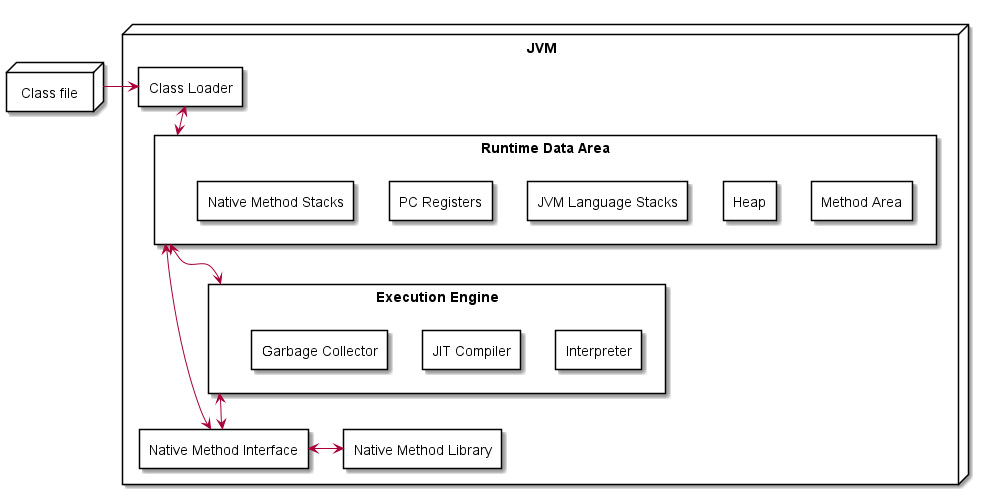
Before: img/java/concept_jvm_4.png, a diagram exported from PlantUML (windowforsun/blog). The source it was exported from:
```plantuml
@startuml

package "Class file" <<Node>> {
}

package JVM <<Node>> {
	package "Class Loader" <<Rectangle>> {
	}

	package "Runtime Data Area" <<Rectangle>> {
		package "Method Area" <<Rectangle>> {
		}
		package "Heap" <<Rectangle>> {
		}
		package "JVM Language Stacks" <<Rectangle>> {
		}
		package "PC Registers" <<Rectangle>> {
		}
		package "Native Method Stacks" <<Rectangle>> {
		}
	}

	package "Execution Engine" <<Rectangle>> {
		package "Interpreter" <<Rectangle>> {
		}
		package "JIT Compiler" <<Rectangle>> {
		}
		package "Garbage Collector" <<Rectangle>> {
		}
	}

	package "Native Method Interface" <<Rectangle>> {
	}

	package "Native Method Library" <<Rectangle>> {
	}
}


"Class file" -right-> "Class Loader"

"Class Loader" <--> "Runtime Data Area"

"Runtime Data Area" <--> "Execution Engine"

"Runtime Data Area" <--> "Native Method Interface"

"Execution Engine" <--> "Native Method Interface"

"Native Method Interface" <-right-> "Native Method Library"





@enduml
```
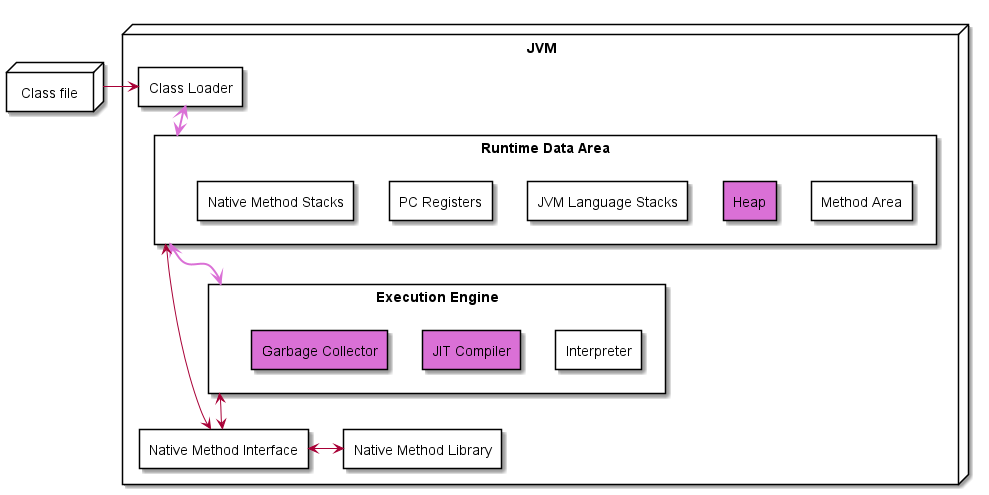
The same diagram one commit later.

Commit message:
garbage collection 작성중

What changed in the source:
```diff
@@ -1,5 +1,4 @@
 @startuml
-
 package "Class file" <<Node>> {
 }
 
@@ -10,7 +9,7 @@
 	package "Runtime Data Area" <<Rectangle>> {
 		package "Method Area" <<Rectangle>> {
 		}
-		package "Heap" <<Rectangle>> {
+		package "Heap" <<Rectangle>> #Orchid {
 		}
 		package "JVM Language Stacks" <<Rectangle>> {
 		}
@@ -23,9 +22,9 @@
 	package "Execution Engine" <<Rectangle>> {
 		package "Interpreter" <<Rectangle>> {
 		}
-		package "JIT Compiler" <<Rectangle>> {
+		package "JIT Compiler" <<Rectangle>> #Orchid {
 		}
-		package "Garbage Collector" <<Rectangle>> {
+		package "Garbage Collector" <<Rectangle>> #Orchid {
 		}
 	}
 
@@ -39,9 +38,9 @@
 
 "Class file" -right-> "Class Loader"
 
-"Class Loader" <--> "Runtime Data Area"
+"Class Loader" <-[thickness=2]-> "Runtime Data Area" #Orchid
 
-"Runtime Data Area" <--> "Execution Engine"
+"Runtime Data Area" <-[thickness=2]-> "Execution Engine" #Orchid
 
 "Runtime Data Area" <--> "Native Method Interface"
 
```
